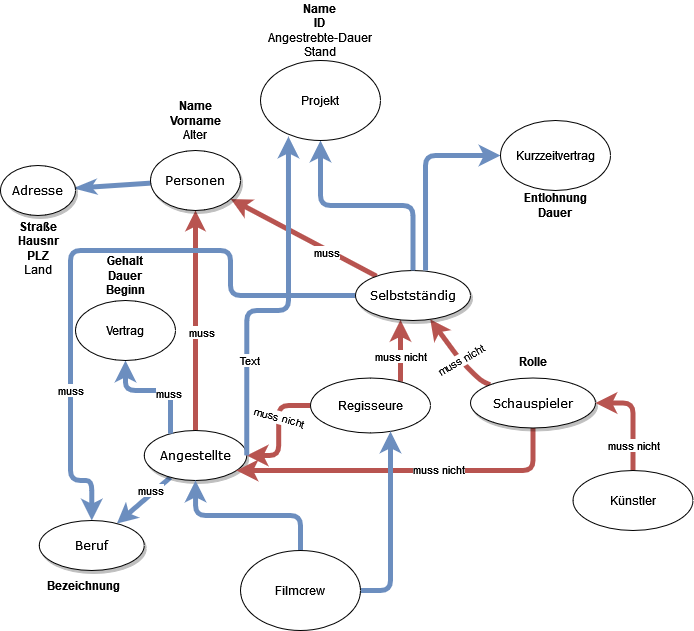
Above: Personenverwaltung.drawio.png in Masternuss/Datenbanken2022 (draw.io), before the change. Source tidied: cells renumbered, new cells last; positions are measured from the earlier drawing's top-left corner, leaving out a move shared by most shapes.
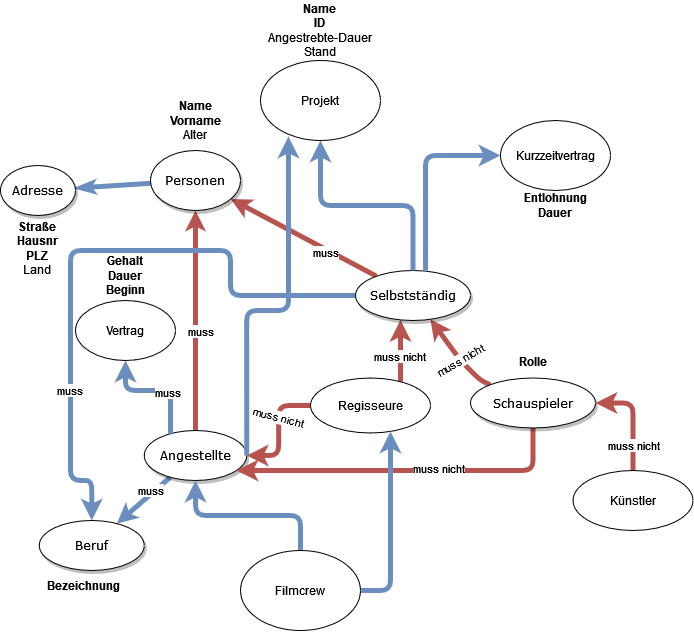
After the commit.

Change to the diagram source:
```diff
@@ -116,9 +116,6 @@
         </Array>
       </mxGeometry>
     </mxCell>
-    <mxCell id="29" value="Text" style="edgeLabel;html=1;align=center;verticalAlign=middle;fontFamily=Helvetica;" parent="28" vertex="1">
-      <mxGeometry x="0.47" y="2" relative="1" as="geometry" />
-    </mxCell>
     <mxCell id="30" style="edgeStyle=orthogonalEdgeStyle;rounded=1;jettySize=auto;html=1;startArrow=classic;startFill=1;endArrow=none;endFill=0;strokeColor=#6c8ebf;strokeWidth=5;fillColor=#dae8fc;" parent="1" edge="1" source="31" target="17">
       <mxGeometry relative="1" as="geometry" />
     </mxCell>
```
